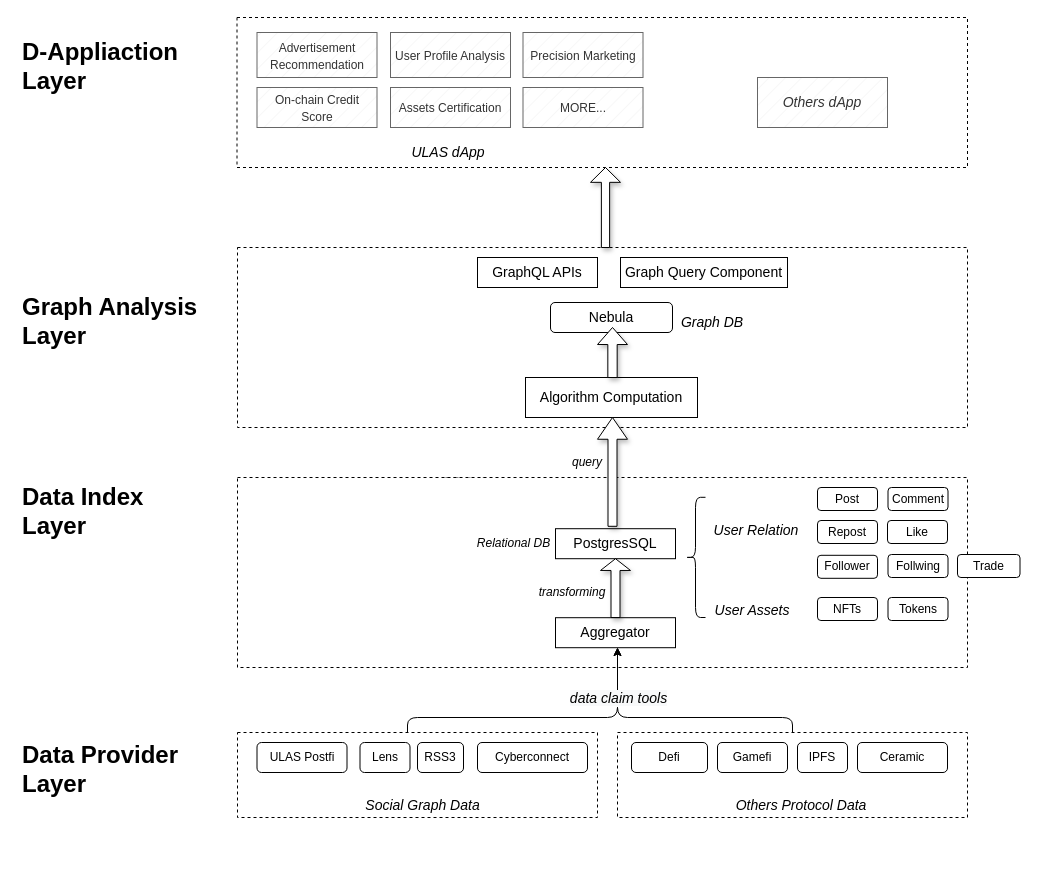
The draw.io diagram Social Graph Quality Analysis.drawio in ulasnetwork/ulas-diagram, before the edit. Source tidied: cells renumbered, new cells numbered last; positions are measured from the earlier drawing's top-left corner, leaving out a move shared by most shapes. Both pictures are drawn from the tidied source at 100%, with x=0, y=0 at pixel (17, 17).
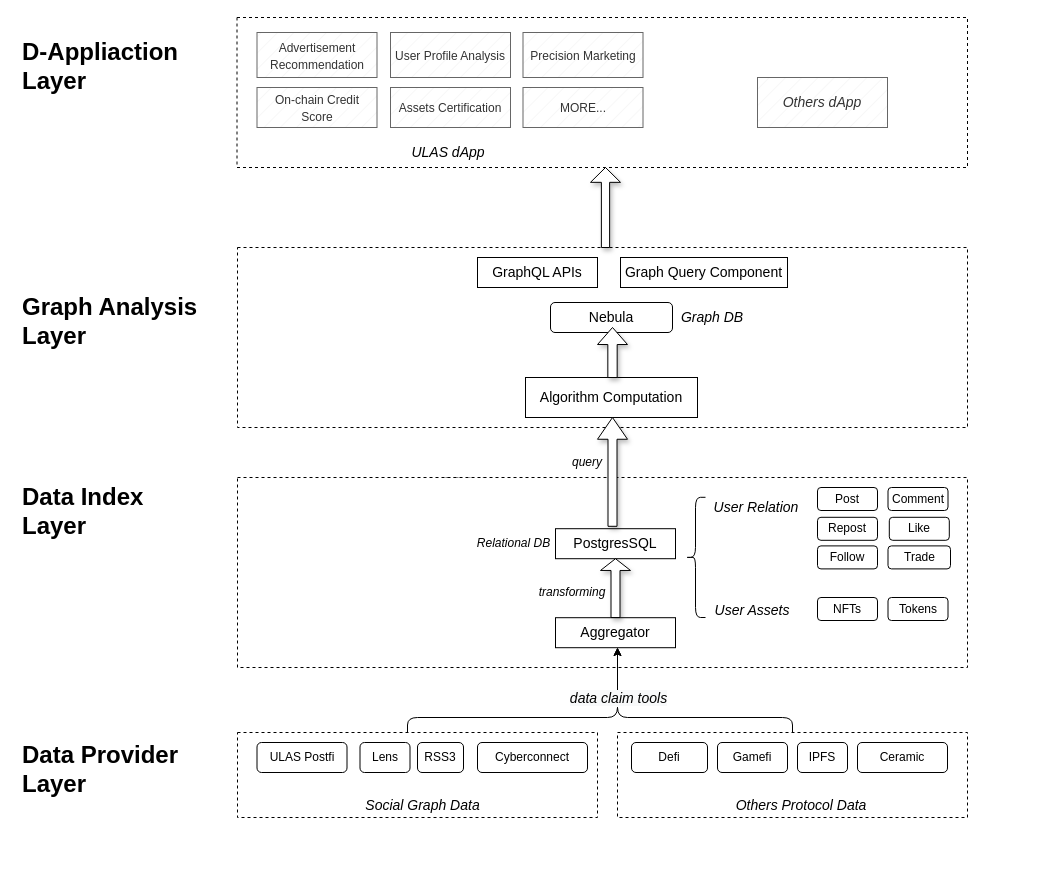
Above is the later version.

What changed in the source:
```diff
@@
     <mxCell id="14" value="Like" style="rounded=1;whiteSpace=wrap;html=1;" parent="1" vertex="1">
-      <mxGeometry x="870" y="503" width="60" height="23" as="geometry" />
+      <mxGeometry x="871.8" y="499.8" width="60" height="23" as="geometry" />
     </mxCell>
@@
     <mxCell id="16" value="Repost" style="rounded=1;whiteSpace=wrap;html=1;" parent="1" vertex="1">
-      <mxGeometry x="800" y="503" width="60" height="23" as="geometry" />
+      <mxGeometry x="800" y="499.8" width="60" height="23" as="geometry" />
     </mxCell>
-    <mxCell id="17" value="Follower" style="rounded=1;whiteSpace=wrap;html=1;" parent="1" vertex="1">
-      <mxGeometry x="800" y="537.8" width="60" height="23" as="geometry" />
+    <mxCell id="17" value="Follow" style="rounded=1;whiteSpace=wrap;html=1;" parent="1" vertex="1">
+      <mxGeometry x="800" y="528.4" width="60" height="23" as="geometry" />
     </mxCell>
-    <mxCell id="18" value="Follwing" style="rounded=1;whiteSpace=wrap;html=1;" parent="1" vertex="1">
-      <mxGeometry x="870.5" y="537" width="60" height="23" as="geometry" />
-    </mxCell>
     <mxCell id="19" value="&lt;font style=&quot;font-size: 14px;&quot;&gt;&lt;i&gt;User Relation&lt;/i&gt;&lt;/font&gt;" style="text;html=1;strokeColor=none;fillColor=none;align=center;verticalAlign=middle;whiteSpace=wrap;rounded=0;" parent="1" vertex="1">
-      <mxGeometry x="694" y="502.8" width="90" height="20" as="geometry" />
+      <mxGeometry x="694" y="479.8" width="90" height="20" as="geometry" />
     </mxCell>
@@
     <mxCell id="38" value="&lt;span style=&quot;font-size: 14px;&quot;&gt;&lt;i&gt;Graph DB&lt;/i&gt;&lt;/span&gt;" style="text;html=1;strokeColor=none;fillColor=none;align=center;verticalAlign=middle;whiteSpace=wrap;rounded=0;" parent="1" vertex="1">
-      <mxGeometry x="640" y="295" width="110" height="20" as="geometry" />
+      <mxGeometry x="640" y="290" width="110" height="20" as="geometry" />
     </mxCell>
@@
     <mxCell id="55" value="Trade" style="rounded=1;whiteSpace=wrap;html=1;" parent="1" vertex="1">
-      <mxGeometry x="940" y="537" width="62.5" height="23" as="geometry" />
+      <mxGeometry x="870.5" y="528.4" width="62.5" height="23" as="geometry" />
     </mxCell>
```
